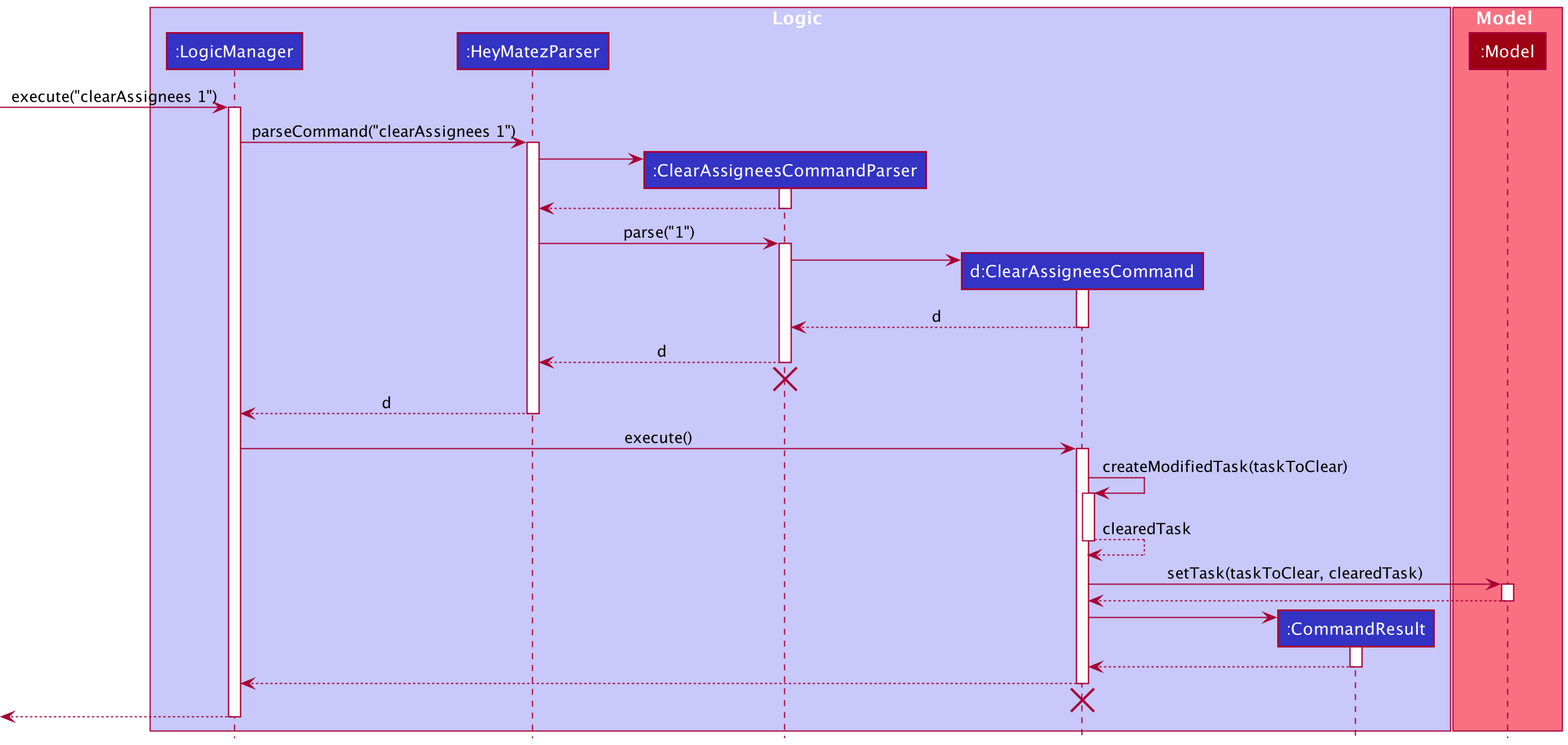
Above: docs/images/ClearAssigneeSequenceDiagram.png in nus-cs2103-AY2021S2/tp (PlantUML), before the change.
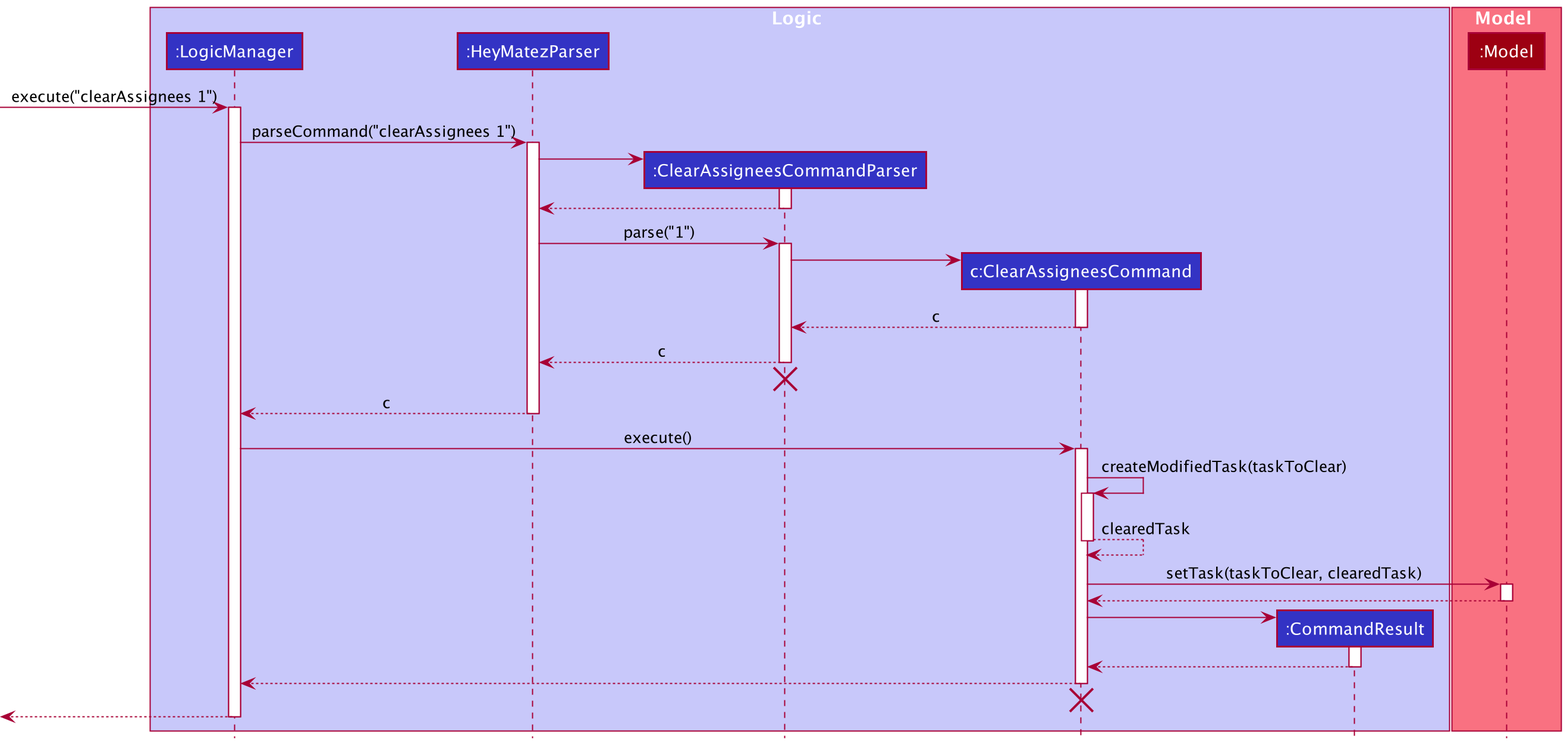
Above is the later version.

Diff of the diagram source:
```diff
@@ -5,7 +5,7 @@
 participant ":LogicManager" as LogicManager LOGIC_COLOR
 participant ":HeyMatezParser" as HeyMatezParser LOGIC_COLOR
 participant ":ClearAssigneesCommandParser" as ClearAssigneesCommandParser LOGIC_COLOR
-participant "d:ClearAssigneesCommand" as ClearAssigneesCommand LOGIC_COLOR
+participant "c:ClearAssigneesCommand" as ClearAssigneesCommand LOGIC_COLOR
 participant ":CommandResult" as CommandResult LOGIC_COLOR
 end box
 
@@ -33,15 +33,15 @@
 ClearAssigneesCommandParser -> ClearAssigneesCommand
 activate ClearAssigneesCommand
 
-ClearAssigneesCommand --> ClearAssigneesCommandParser : d
+ClearAssigneesCommand --> ClearAssigneesCommandParser : c
 deactivate ClearAssigneesCommand
 
-ClearAssigneesCommandParser --> HeyMatezParser : d
+ClearAssigneesCommandParser --> HeyMatezParser : c
 deactivate ClearAssigneesCommandParser
 ClearAssigneesCommandParser -[hidden]-> HeyMatezParser
 destroy ClearAssigneesCommandParser
 
-HeyMatezParser --> LogicManager : d
+HeyMatezParser --> LogicManager : c
 deactivate HeyMatezParser
 
 LogicManager -> ClearAssigneesCommand : execute()
```
